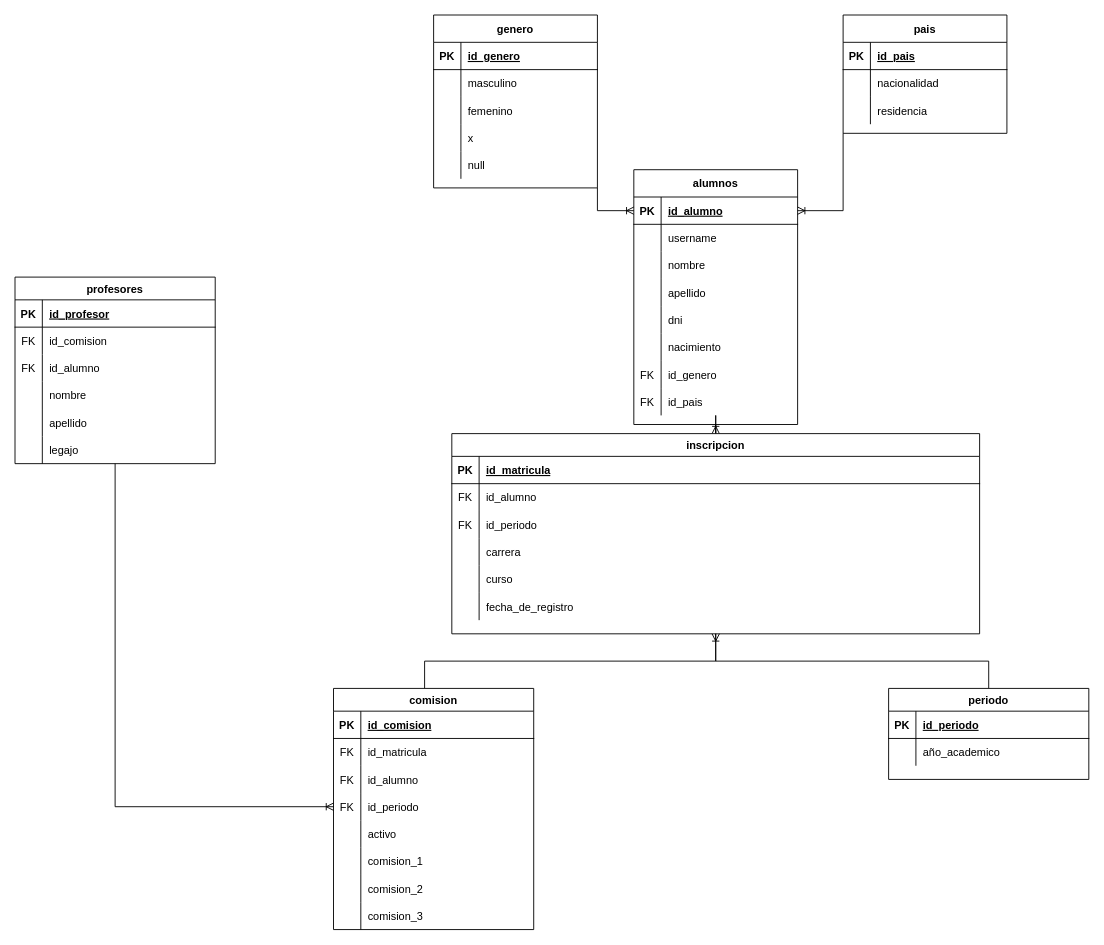
arcv1337/arcv1337 keeps this draw.io diagram as Diagrama-04.drawio. Above is the earlier version. Source tidied: cells renumbered, new cells numbered last; positions are measured from the earlier drawing's top-left corner, leaving out a move shared by most shapes. Both pictures are drawn from the tidied source at 91%, with x=0, y=0 at pixel (15, 15).
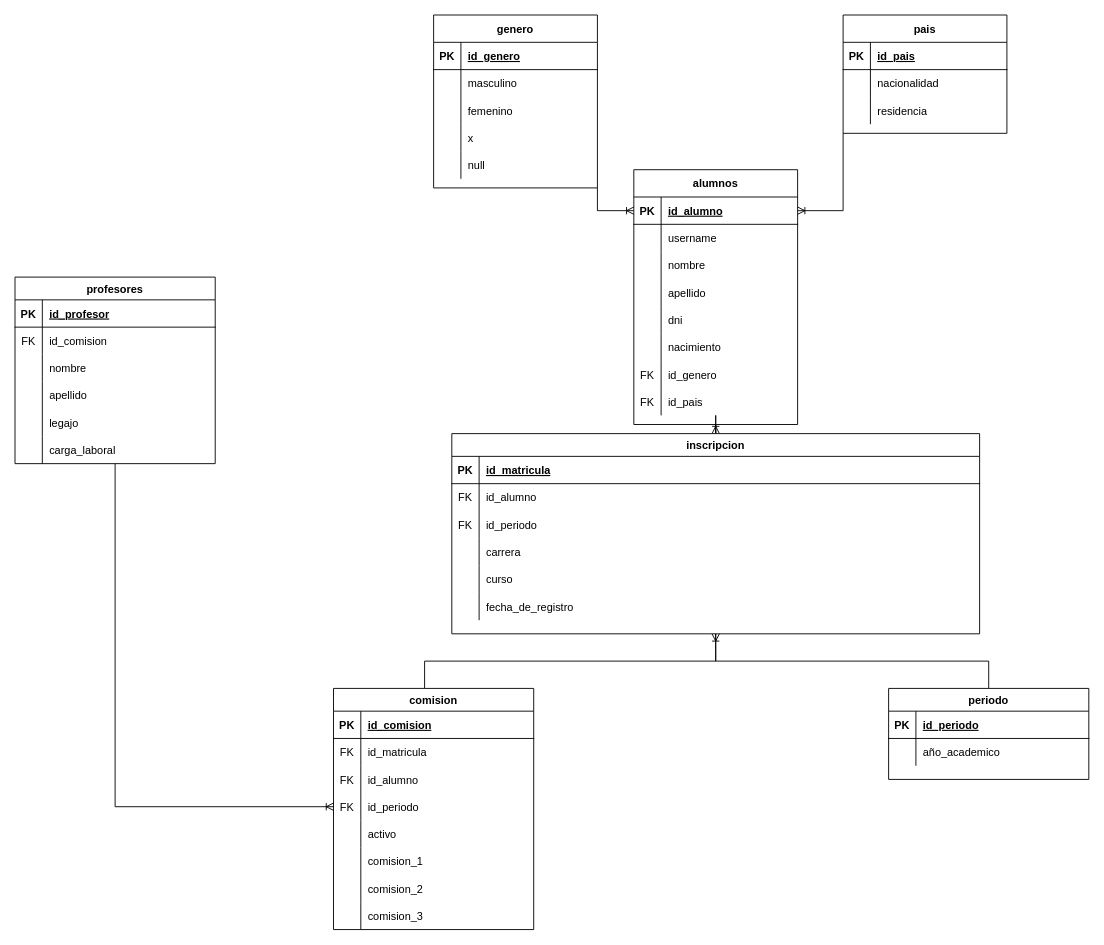
After the change.

The change refers to these unchanged cells:
```xml
<mxCell id="109" value="profesores" style="shape=table;startSize=25;childLayout=tableLayout;rowLines=0;fontStyle=1;align=center;" parent="1" vertex="1">
  <mxGeometry y="288" width="220" height="205" as="geometry" />
</mxCell>
```

Change to the diagram source:
```diff
@@
-<mxGraphModel>
+<mxGraphModel background="#ffffff">
@@
-    <mxCell id="116" style="shape=tableRow;horizontal=0;startSize=0;swimlaneHead=0;swimlaneBody=0;fillColor=none;top=0;left=0;right=0;bottom=0;" parent="109" vertex="1">
-      <mxGeometry y="85" width="220" height="30" as="geometry" />
-    </mxCell>
-    <mxCell id="117" value="FK" style="shape=partialRectangle;fillColor=none;top=0;left=0;bottom=0;right=0;overflow=hidden;" parent="116" vertex="1">
-      <mxGeometry width="30" height="30" as="geometry" />
-    </mxCell>
-    <mxCell id="118" value="id_alumno" style="shape=partialRectangle;fillColor=none;top=0;left=0;bottom=0;right=0;align=left;spacingLeft=6;overflow=hidden;" parent="116" vertex="1">
-      <mxGeometry x="30" width="190" height="30" as="geometry" />
-    </mxCell>
     <mxCell id="119" style="shape=tableRow;horizontal=0;startSize=0;swimlaneHead=0;swimlaneBody=0;fillColor=none;top=0;left=0;right=0;bottom=0;" parent="109" vertex="1">
-      <mxGeometry y="115" width="220" height="30" as="geometry" />
+      <mxGeometry y="85" width="220" height="30" as="geometry" />
     </mxCell>
@@
     <mxCell id="122" style="shape=tableRow;horizontal=0;startSize=0;swimlaneHead=0;swimlaneBody=0;fillColor=none;top=0;left=0;right=0;bottom=0;" parent="109" vertex="1">
-      <mxGeometry y="145" width="220" height="30" as="geometry" />
+      <mxGeometry y="115" width="220" height="30" as="geometry" />
     </mxCell>
@@
     <mxCell id="125" style="shape=tableRow;horizontal=0;startSize=0;swimlaneHead=0;swimlaneBody=0;fillColor=none;top=0;left=0;right=0;bottom=0;" parent="109" vertex="1">
-      <mxGeometry y="175" width="220" height="30" as="geometry" />
+      <mxGeometry y="145" width="220" height="30" as="geometry" />
     </mxCell>
@@
+    <mxCell id="129" style="shape=tableRow;horizontal=0;startSize=0;swimlaneHead=0;swimlaneBody=0;fillColor=none;top=0;left=0;right=0;bottom=0;" parent="109" vertex="1">
+      <mxGeometry y="175" width="220" height="30" as="geometry" />
+    </mxCell>
+    <mxCell id="130" style="shape=partialRectangle;fillColor=none;top=0;left=0;bottom=0;right=0;overflow=hidden;" parent="129" vertex="1">
+      <mxGeometry width="30" height="30" as="geometry" />
+    </mxCell>
+    <mxCell id="131" value="carga_laboral" style="shape=partialRectangle;fillColor=none;top=0;left=0;bottom=0;right=0;align=left;spacingLeft=6;overflow=hidden;" parent="129" vertex="1">
+      <mxGeometry x="30" width="190" height="30" as="geometry" />
+    </mxCell>
```
